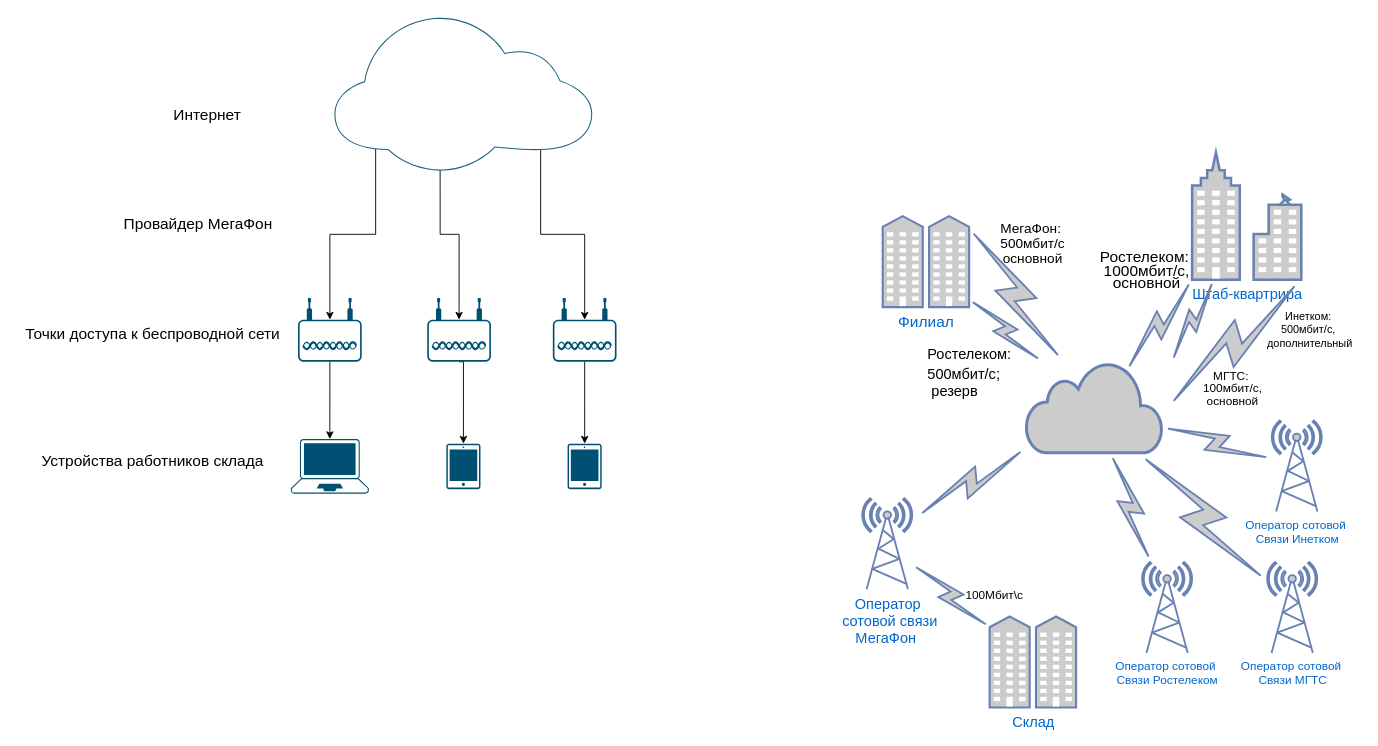
The draw.io diagram Отчеты/п7ч1.drawio in CyM4aTblu/PoIS-ITi-SiAOD_and-other, before the edit. Source tidied: cells renumbered, new cells numbered last; positions are measured from the earlier drawing's top-left corner, leaving out a move shared by most shapes. Both pictures are drawn from the tidied source at 91%, with x=0, y=0 at pixel (15, 15).
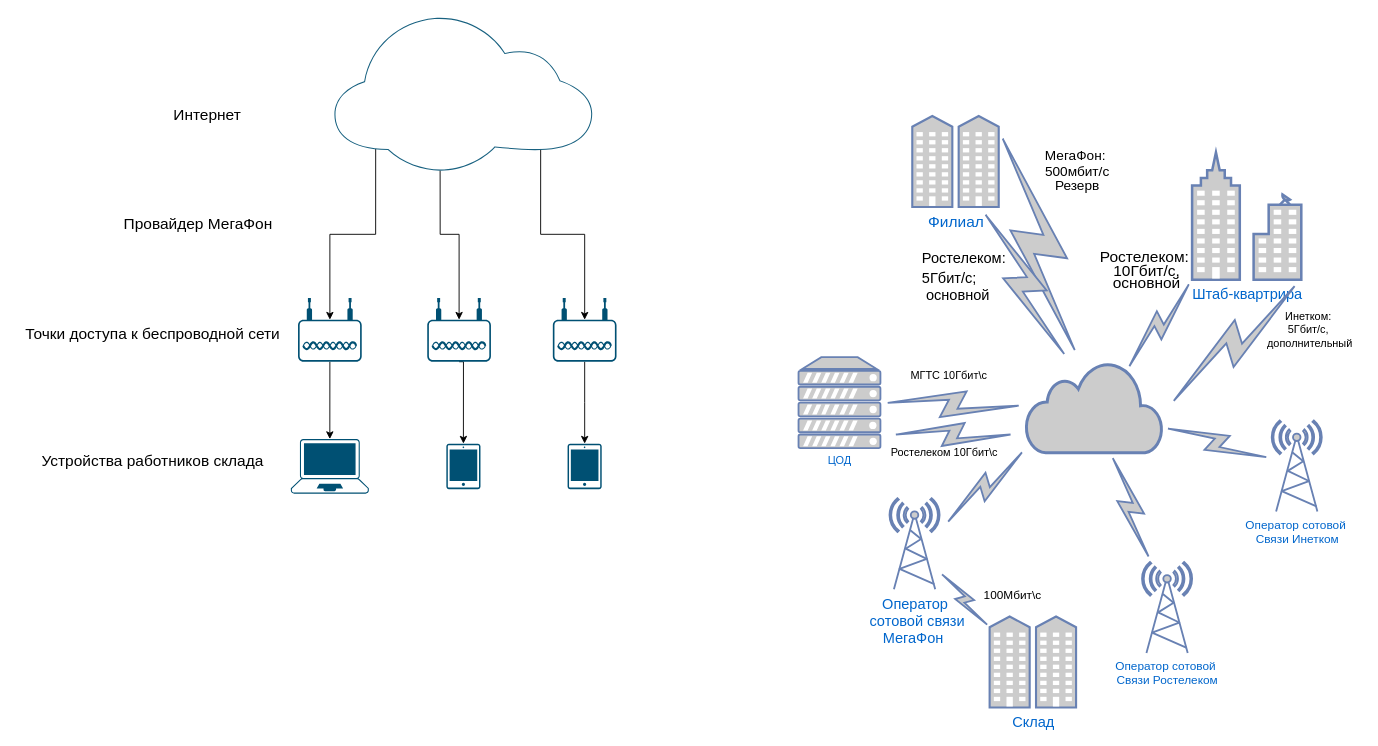
After the change.

Unchanged cells that the change refers to:
```xml
<mxCell id="2" style="html=1;outlineConnect=0;fillColor=#CCCCCC;strokeColor=#6881B3;gradientColor=none;gradientDirection=north;strokeWidth=2;shape=mxgraph.networks.cloud;fontColor=#ffffff;" parent="1" vertex="1">
  <mxGeometry x="1110" y="380" width="150" height="100" as="geometry" />
</mxCell>
<mxCell id="8" value="Штаб-квартрира" style="fontColor=#0066CC;verticalAlign=top;verticalLabelPosition=bottom;labelPosition=center;align=center;html=1;outlineConnect=0;fillColor=#CCCCCC;strokeColor=#6881B3;gradientColor=none;gradientDirection=north;strokeWidth=2;shape=mxgraph.networks.business_center;fontSize=16;" parent="1" vertex="1">
  <mxGeometry x="1292.5" y="150" width="120" height="140" as="geometry" />
</mxCell>
```

Change to the diagram source:
```diff
@@
     <mxCell id="4" value="&lt;font style=&quot;font-size: 17px;&quot;&gt;Филиал&lt;/font&gt;" style="fontColor=#0066CC;verticalAlign=top;verticalLabelPosition=bottom;labelPosition=center;align=center;html=1;outlineConnect=0;fillColor=#CCCCCC;strokeColor=#6881B3;gradientColor=none;gradientDirection=north;strokeWidth=2;shape=mxgraph.networks.community;" parent="1" vertex="1">
-      <mxGeometry x="952.5" y="220" width="95" height="100" as="geometry" />
+      <mxGeometry x="985" y="110" width="95" height="100" as="geometry" />
     </mxCell>
@@
-    <mxCell id="6" value="&lt;h2 style=&quot;line-height: 10%;&quot;&gt;&lt;span style=&quot;font-weight: normal;&quot;&gt;&lt;font style=&quot;font-size: 15px;&quot;&gt;МегаФон:&lt;/font&gt;&lt;/span&gt;&lt;/h2&gt;&lt;h2 style=&quot;line-height: 10%;&quot;&gt;&lt;span style=&quot;font-weight: normal;&quot;&gt;&lt;font style=&quot;font-size: 15px;&quot;&gt;&amp;nbsp;500мбит/с&lt;/font&gt;&lt;/span&gt;&lt;/h2&gt;&lt;h2 style=&quot;line-height: 10%;&quot;&gt;&lt;span style=&quot;font-weight: normal;&quot;&gt;&lt;font style=&quot;font-size: 15px;&quot;&gt;&amp;nbsp;основной&lt;/font&gt;&lt;/span&gt;&lt;/h2&gt;" style="text;html=1;align=center;verticalAlign=middle;strokeColor=none;fillColor=none;rotation=0;" parent="1" vertex="1">
-      <mxGeometry x="1065" y="210" width="100" height="80" as="geometry" />
+    <mxCell id="6" value="&lt;h2 style=&quot;line-height: 10%;&quot;&gt;&lt;span style=&quot;font-weight: normal;&quot;&gt;&lt;font style=&quot;font-size: 15px;&quot;&gt;МегаФон:&lt;/font&gt;&lt;/span&gt;&lt;/h2&gt;&lt;h2 style=&quot;line-height: 10%;&quot;&gt;&lt;span style=&quot;font-weight: normal;&quot;&gt;&lt;font style=&quot;font-size: 15px;&quot;&gt;&amp;nbsp;500мбит/с&lt;/font&gt;&lt;/span&gt;&lt;/h2&gt;&lt;h2 style=&quot;line-height: 10%;&quot;&gt;&lt;span style=&quot;font-weight: normal;&quot;&gt;&lt;font style=&quot;font-size: 15px;&quot;&gt;&amp;nbsp;Резерв&lt;/font&gt;&lt;/span&gt;&lt;/h2&gt;" style="text;html=1;align=center;verticalAlign=middle;strokeColor=none;fillColor=none;rotation=0;" parent="1" vertex="1">
+      <mxGeometry x="1114" y="130" width="100" height="80" as="geometry" />
     </mxCell>
-    <mxCell id="7" value="&lt;h2 style=&quot;font-size: 16px; line-height: 0%;&quot;&gt;&lt;span style=&quot;font-weight: normal;&quot;&gt;&lt;font style=&quot;font-size: 16px;&quot;&gt;Ростелеком:&lt;/font&gt;&lt;/span&gt;&lt;/h2&gt;&lt;span style=&quot;line-height: 115%; font-family: Calibri, sans-serif; font-size: 16px;&quot;&gt;&lt;font style=&quot;font-size: 16px;&quot;&gt;500мбит/с;&lt;br&gt;&amp;nbsp;резерв&lt;/font&gt;&lt;/span&gt;" style="text;html=1;align=left;verticalAlign=middle;strokeColor=none;fillColor=none;fontSize=15;rotation=0;" parent="1" vertex="1">
-      <mxGeometry x="1000" y="350" width="120" height="80" as="geometry" />
+    <mxCell id="7" value="&lt;h2 style=&quot;font-size: 16px; line-height: 0%;&quot;&gt;&lt;span style=&quot;font-weight: normal;&quot;&gt;&lt;font style=&quot;font-size: 16px;&quot;&gt;Ростелеком:&lt;/font&gt;&lt;/span&gt;&lt;/h2&gt;&lt;span style=&quot;line-height: 115%; font-family: Calibri, sans-serif; font-size: 16px;&quot;&gt;&lt;font style=&quot;font-size: 16px;&quot;&gt;5Гбит/с;&lt;br&gt;&amp;nbsp;основной&lt;/font&gt;&lt;/span&gt;" style="text;html=1;align=left;verticalAlign=middle;strokeColor=none;fillColor=none;fontSize=15;rotation=0;" parent="1" vertex="1">
+      <mxGeometry x="994" y="245" width="120" height="80" as="geometry" />
     </mxCell>
@@
-    <mxCell id="10" style="html=1;outlineConnect=0;fillColor=#CCCCCC;strokeColor=#6881B3;gradientColor=none;gradientDirection=north;strokeWidth=2;shape=mxgraph.networks.comm_link_edge;html=1;rounded=0;fontSize=16;" parent="1" edge="1" target="8">
-      <mxGeometry relative="1" as="geometry">
-        <mxPoint x="1270" y="380" as="sourcePoint" />
-      </mxGeometry>
-    </mxCell>
@@
-    <mxCell id="12" value="&lt;h2 style=&quot;line-height: 0%; font-size: 17px;&quot;&gt;&lt;span style=&quot;font-weight: normal;&quot;&gt;&lt;font style=&quot;font-size: 17px;&quot;&gt;Ростелеком:&lt;/font&gt;&lt;/span&gt;&lt;/h2&gt;&lt;h2 style=&quot;line-height: 0%; font-size: 17px;&quot;&gt;&lt;span style=&quot;font-weight: normal;&quot;&gt;&lt;font style=&quot;font-size: 17px;&quot;&gt;&amp;nbsp;1000мбит/с,&lt;/font&gt;&lt;/span&gt;&lt;/h2&gt;&lt;h2 style=&quot;line-height: 0%; font-size: 17px;&quot;&gt;&lt;span style=&quot;font-weight: normal;&quot;&gt;&lt;font style=&quot;font-size: 17px;&quot;&gt;&amp;nbsp;основной&lt;/font&gt;&lt;/span&gt;&lt;/h2&gt;" style="text;html=1;align=center;verticalAlign=middle;strokeColor=none;fillColor=none;fontSize=16;rotation=0;" parent="1" vertex="1">
+    <mxCell id="12" value="&lt;h2 style=&quot;line-height: 0%; font-size: 17px;&quot;&gt;&lt;span style=&quot;font-weight: normal;&quot;&gt;&lt;font style=&quot;font-size: 17px;&quot;&gt;Ростелеком:&lt;/font&gt;&lt;/span&gt;&lt;/h2&gt;&lt;h2 style=&quot;line-height: 0%; font-size: 17px;&quot;&gt;&lt;span style=&quot;font-weight: normal;&quot;&gt;&lt;font style=&quot;font-size: 17px;&quot;&gt;&amp;nbsp;10Гбит/с,&lt;/font&gt;&lt;/span&gt;&lt;/h2&gt;&lt;h2 style=&quot;line-height: 0%; font-size: 17px;&quot;&gt;&lt;span style=&quot;font-weight: normal;&quot;&gt;&lt;font style=&quot;font-size: 17px;&quot;&gt;&amp;nbsp;основной&lt;/font&gt;&lt;/span&gt;&lt;/h2&gt;" style="text;html=1;align=center;verticalAlign=middle;strokeColor=none;fillColor=none;fontSize=16;rotation=0;" parent="1" vertex="1">
       <mxGeometry x="1180" y="245" width="120" height="70" as="geometry" />
     </mxCell>
-    <mxCell id="13" value="&lt;span&gt;Инетком:&lt;br&gt;500мбит/с,&lt;br&gt;&amp;nbsp;дополнительный&lt;/span&gt;" style="text;html=1;align=center;verticalAlign=middle;strokeColor=none;fillColor=none;fontSize=12;rotation=0;" parent="1" vertex="1">
+    <mxCell id="13" value="&lt;span&gt;Инетком:&lt;br&gt;5Гбит/с,&lt;br&gt;&amp;nbsp;дополнительный&lt;/span&gt;" style="text;html=1;align=center;verticalAlign=middle;strokeColor=none;fillColor=none;fontSize=12;rotation=0;" parent="1" vertex="1">
       <mxGeometry x="1360" y="315" width="120" height="60" as="geometry" />
     </mxCell>
@@
-    <mxCell id="15" value="&lt;h2 style=&quot;font-size: 13px; line-height: 20%;&quot;&gt;&lt;span style=&quot;font-weight: normal;&quot;&gt;МГТС:&lt;/span&gt;&lt;/h2&gt;&lt;h2 style=&quot;font-size: 13px; line-height: 20%;&quot;&gt;&lt;span style=&quot;font-weight: normal;&quot;&gt;&amp;nbsp;100мбит/с,&lt;/span&gt;&lt;/h2&gt;&lt;h2 style=&quot;font-size: 13px; line-height: 20%;&quot;&gt;&lt;span style=&quot;font-weight: normal;&quot;&gt;&amp;nbsp;основной&lt;/span&gt;&lt;/h2&gt;" style="text;html=1;align=center;verticalAlign=middle;strokeColor=none;fillColor=none;fontSize=16;" parent="1" vertex="1">
-      <mxGeometry x="1290" y="380" width="90" height="60" as="geometry" />
-    </mxCell>
@@
     <mxCell id="17" value="Оператор&lt;br&gt;&amp;nbsp;сотовой связи&lt;br&gt;МегаФон&amp;nbsp;" style="fontColor=#0066CC;verticalAlign=top;verticalLabelPosition=bottom;labelPosition=center;align=center;html=1;outlineConnect=0;fillColor=#CCCCCC;strokeColor=#6881B3;gradientColor=none;gradientDirection=north;strokeWidth=2;shape=mxgraph.networks.radio_tower;fontSize=16;" parent="1" vertex="1">
-      <mxGeometry x="930" y="530" width="55" height="100" as="geometry" />
+      <mxGeometry x="960" y="530" width="55" height="100" as="geometry" />
     </mxCell>
     <mxCell id="18" style="html=1;outlineConnect=0;fillColor=#CCCCCC;strokeColor=#6881B3;gradientColor=none;gradientDirection=north;strokeWidth=2;shape=mxgraph.networks.comm_link_edge;html=1;rounded=0;fontSize=16;" parent="1" edge="1" source="2">
       <mxGeometry relative="1" as="geometry">
-        <mxPoint x="990" y="550" as="targetPoint" />
+        <mxPoint x="1020" y="560" as="targetPoint" />
         <Array as="points">
           <mxPoint x="970" y="560" />
         </Array>
       </mxGeometry>
     </mxCell>
@@
     <mxCell id="20" value="&lt;font style=&quot;font-size: 13px;&quot;&gt;100Мбит\с&lt;/font&gt;" style="text;html=1;align=center;verticalAlign=middle;strokeColor=none;fillColor=none;fontSize=16;" parent="1" vertex="1">
-      <mxGeometry x="1030" y="620" width="90" height="30" as="geometry" />
+      <mxGeometry x="1050" y="620" width="90" height="30" as="geometry" />
     </mxCell>
@@
-    <mxCell id="23" value="Оператор сотовой&amp;nbsp;&lt;br&gt;Связи МГТС" style="fontColor=#0066CC;verticalAlign=top;verticalLabelPosition=bottom;labelPosition=center;align=center;html=1;outlineConnect=0;fillColor=#CCCCCC;strokeColor=#6881B3;gradientColor=none;gradientDirection=north;strokeWidth=2;shape=mxgraph.networks.radio_tower;fontSize=13;" parent="1" vertex="1">
-      <mxGeometry x="1375" y="600" width="55" height="100" as="geometry" />
-    </mxCell>
@@
-    <mxCell id="26" style="html=1;outlineConnect=0;fillColor=#CCCCCC;strokeColor=#6881B3;gradientColor=none;gradientDirection=north;strokeWidth=2;shape=mxgraph.networks.comm_link_edge;html=1;rounded=0;fontSize=13;" parent="1" edge="1" source="2" target="23">
-      <mxGeometry relative="1" as="geometry" />
-    </mxCell>
@@
+    <mxCell id="44" value="ЦОД" style="fontColor=#0066CC;verticalAlign=top;verticalLabelPosition=bottom;labelPosition=center;align=center;html=1;outlineConnect=0;fillColor=#CCCCCC;strokeColor=#6881B3;gradientColor=none;gradientDirection=north;strokeWidth=2;shape=mxgraph.networks.server;" parent="1" vertex="1">
+      <mxGeometry x="860" y="375" width="90" height="100" as="geometry" />
+    </mxCell>
+    <mxCell id="45" style="html=1;outlineConnect=0;fillColor=#CCCCCC;strokeColor=#6881B3;gradientColor=none;gradientDirection=north;strokeWidth=2;shape=mxgraph.networks.comm_link_edge;html=1;rounded=0;exitX=1;exitY=0.5;exitDx=0;exitDy=0;exitPerimeter=0;" parent="1" edge="1" source="44" target="2">
+      <mxGeometry relative="1" as="geometry" />
+    </mxCell>
+    <mxCell id="46" value="Ростелеком 10Гбит\с" style="text;html=1;align=center;verticalAlign=middle;strokeColor=none;fillColor=none;" parent="1" vertex="1">
+      <mxGeometry x="950" y="465" width="140" height="30" as="geometry" />
+    </mxCell>
+    <mxCell id="47" style="html=1;outlineConnect=0;fillColor=#CCCCCC;strokeColor=#6881B3;gradientColor=none;gradientDirection=north;strokeWidth=2;shape=mxgraph.networks.comm_link_edge;html=1;rounded=0;" parent="1" edge="1">
+      <mxGeometry relative="1" as="geometry">
+        <mxPoint x="960" y="460" as="sourcePoint" />
+        <mxPoint x="1100" y="460" as="targetPoint" />
+      </mxGeometry>
+    </mxCell>
+    <mxCell id="48" value="МГТС 10Гбит\с" style="text;html=1;align=center;verticalAlign=middle;strokeColor=none;fillColor=none;" parent="1" vertex="1">
+      <mxGeometry x="970" y="380" width="110" height="30" as="geometry" />
+    </mxCell>
```
